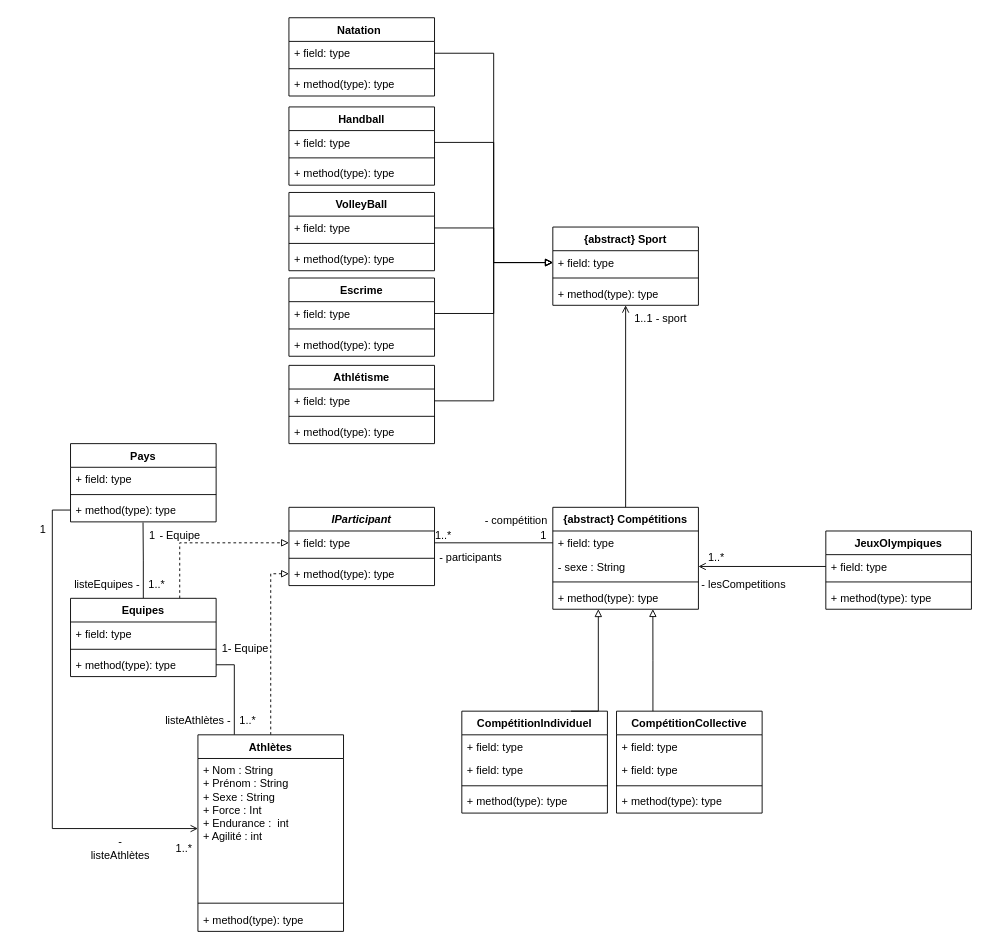
Above: Diagramme sans nom.drawio in alexisnisol/JeuxOlympiques (draw.io), before the change. Source tidied: cells renumbered, new cells numbered last; positions are measured from the earlier drawing's top-left corner, leaving out a move shared by most shapes. Both pictures are drawn from the tidied source at 91%, with x=0, y=0 at pixel (15, 17).
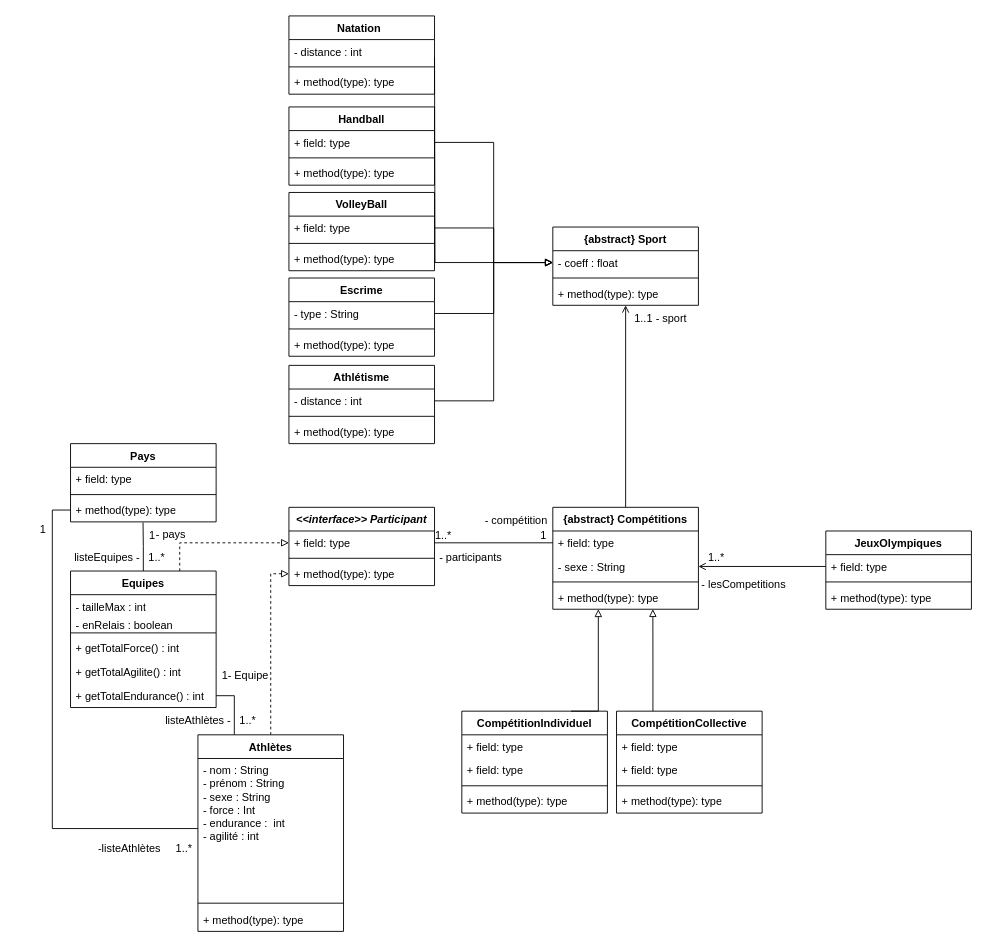
The same diagram, later.

Commit message:
Mettre à jour Diagramme sans nom.drawio

Unchanged cells that the change refers to:
```xml
<mxCell id="3" value="{abstract} Sport" style="swimlane;fontStyle=1;align=center;verticalAlign=top;horizontal=1;startSize=26;whiteSpace=wrap;html=1;" parent="1" vertex="1">
  <mxGeometry x="590" y="230" width="160" height="86" as="geometry" />
</mxCell>
<mxCell id="10" value="+ method(type): type" style="text;strokeColor=none;fillColor=none;align=left;verticalAlign=top;spacingLeft=4;spacingRight=4;overflow=hidden;points=[[0,0.5],[1,0.5]];portConstraint=eastwest;whiteSpace=wrap;html=1;" parent="7" vertex="1">
  <mxGeometry y="60" width="160" height="26" as="geometry" />
</mxCell>
<mxCell id="15" value="Athlètes" style="swimlane;fontStyle=1;align=center;verticalAlign=top;horizontal=1;startSize=26;whiteSpace=wrap;html=1;" parent="1" vertex="1">
  <mxGeometry x="200" y="788" width="160" height="216" as="geometry" />
</mxCell>
<mxCell id="37" value="Escrime" style="swimlane;fontStyle=1;align=center;verticalAlign=top;horizontal=1;startSize=26;whiteSpace=wrap;html=1;" parent="1" vertex="1">
  <mxGeometry x="300" y="286" width="160" height="86" as="geometry" />
</mxCell>
<mxCell id="45" value="Athlétisme" style="swimlane;fontStyle=1;align=center;verticalAlign=top;horizontal=1;startSize=26;whiteSpace=wrap;html=1;" parent="1" vertex="1">
  <mxGeometry x="300" y="382" width="160" height="86" as="geometry" />
</mxCell>
```

The edit, as a diff of the source:
```diff
@@
-    <mxCell id="4" value="+ field: type" style="text;strokeColor=none;fillColor=none;align=left;verticalAlign=top;spacingLeft=4;spacingRight=4;overflow=hidden;points=[[0,0.5],[1,0.5]];portConstraint=eastwest;whiteSpace=wrap;html=1;" parent="3" vertex="1">
+    <mxCell id="4" value="- coeff : float" style="text;strokeColor=none;fillColor=none;align=left;verticalAlign=top;spacingLeft=4;spacingRight=4;overflow=hidden;points=[[0,0.5],[1,0.5]];portConstraint=eastwest;whiteSpace=wrap;html=1;" parent="3" vertex="1">
       <mxGeometry y="26" width="160" height="26" as="geometry" />
     </mxCell>
@@
-    <mxCell id="13" style="edgeStyle=orthogonalEdgeStyle;rounded=0;jettySize=auto;html=1;entryX=0;entryY=0.5;entryDx=0;entryDy=0;exitX=0;exitY=0.5;exitDx=0;exitDy=0;endArrow=none;endFill=0;startArrow=open;startFill=0;" parent="1" edge="1" source="16" target="10">
+    <mxCell id="13" style="edgeStyle=orthogonalEdgeStyle;rounded=0;jettySize=auto;html=1;entryX=0;entryY=0.5;entryDx=0;entryDy=0;exitX=0;exitY=0.5;exitDx=0;exitDy=0;endArrow=none;endFill=0;startArrow=none;startFill=0;" parent="1" edge="1" source="16" target="10">
       <mxGeometry relative="1" as="geometry" />
     </mxCell>
@@
-    <mxCell id="16" value="+ Nom : String&lt;div&gt;+ Prénom : String&lt;br&gt;+ Sexe : String&lt;br&gt;&lt;/div&gt;&lt;div&gt;+ Force : Int&lt;/div&gt;&lt;div&gt;+ Endurance :&amp;nbsp; int &lt;br&gt;&lt;/div&gt;&lt;div&gt;+ Agilité : int&lt;/div&gt;&lt;div&gt;&lt;br&gt;&lt;/div&gt;" style="text;strokeColor=none;fillColor=none;align=left;verticalAlign=top;spacingLeft=4;spacingRight=4;overflow=hidden;points=[[0,0.5],[1,0.5]];portConstraint=eastwest;whiteSpace=wrap;html=1;" parent="15" vertex="1">
+    <mxCell id="16" value="- nom : String&lt;div&gt;- prénom : String&lt;br&gt;- sexe : String&lt;br&gt;&lt;/div&gt;&lt;div&gt;- force : Int&lt;/div&gt;&lt;div&gt;- endurance :&amp;nbsp; int &lt;br&gt;&lt;/div&gt;&lt;div&gt;- agilité : int&lt;/div&gt;&lt;div&gt;&lt;br&gt;&lt;/div&gt;" style="text;strokeColor=none;fillColor=none;align=left;verticalAlign=top;spacingLeft=4;spacingRight=4;overflow=hidden;points=[[0,0.5],[1,0.5]];portConstraint=eastwest;whiteSpace=wrap;html=1;" parent="15" vertex="1">
       <mxGeometry y="26" width="160" height="154" as="geometry" />
     </mxCell>
@@
     <mxCell id="20" value="Equipes" style="swimlane;fontStyle=1;align=center;verticalAlign=top;horizontal=1;startSize=26;whiteSpace=wrap;html=1;" parent="1" vertex="1">
-      <mxGeometry x="60" y="638" width="160" height="86" as="geometry" />
+      <mxGeometry x="60" y="608" width="160" height="150" as="geometry" />
     </mxCell>
+    <mxCell id="95" value="- tailleMax : int" style="text;strokeColor=none;fillColor=none;align=left;verticalAlign=top;spacingLeft=4;spacingRight=4;overflow=hidden;whiteSpace=wrap;html=1;" parent="20" vertex="1">
+      <mxGeometry y="26" width="160" height="20" as="geometry" />
+    </mxCell>
-    <mxCell id="21" value="+ field: type" style="text;strokeColor=none;fillColor=none;align=left;verticalAlign=top;spacingLeft=4;spacingRight=4;overflow=hidden;whiteSpace=wrap;html=1;" parent="20" vertex="1">
-      <mxGeometry y="26" width="160" height="26" as="geometry" />
+    <mxCell id="21" value="- enRelais : boolean" style="text;strokeColor=none;fillColor=none;align=left;verticalAlign=top;spacingLeft=4;spacingRight=4;overflow=hidden;whiteSpace=wrap;html=1;" parent="20" vertex="1">
+      <mxGeometry y="46" width="160" height="18" as="geometry" />
     </mxCell>
     <mxCell id="22" style="line;strokeWidth=1;fillColor=none;align=left;verticalAlign=middle;spacingTop=-1;spacingLeft=3;spacingRight=3;labelPosition=right;strokeColor=inherit;" parent="20" vertex="1">
-      <mxGeometry y="52" width="160" height="8" as="geometry" />
+      <mxGeometry y="64" width="160" height="8" as="geometry" />
     </mxCell>
+    <mxCell id="96" value="+ getTotalForce() : int" style="text;strokeColor=none;fillColor=none;align=left;verticalAlign=top;spacingLeft=4;spacingRight=4;overflow=hidden;whiteSpace=wrap;html=1;" parent="20" vertex="1">
+      <mxGeometry y="72" width="160" height="26" as="geometry" />
+    </mxCell>
+    <mxCell id="97" value="+ getTotalAgilite() : int" style="text;strokeColor=none;fillColor=none;align=left;verticalAlign=top;spacingLeft=4;spacingRight=4;overflow=hidden;whiteSpace=wrap;html=1;" parent="20" vertex="1">
+      <mxGeometry y="98" width="160" height="26" as="geometry" />
+    </mxCell>
-    <mxCell id="23" value="+ method(type): type" style="text;strokeColor=none;fillColor=none;align=left;verticalAlign=top;spacingLeft=4;spacingRight=4;overflow=hidden;points=[[0,0.5],[1,0.5]];portConstraint=eastwest;whiteSpace=wrap;html=1;" parent="20" vertex="1">
-      <mxGeometry y="60" width="160" height="26" as="geometry" />
+    <mxCell id="23" value="+ getTotalEndurance() : int" style="text;strokeColor=none;fillColor=none;align=left;verticalAlign=top;spacingLeft=4;spacingRight=4;overflow=hidden;points=[[0,0.5],[1,0.5]];portConstraint=eastwest;whiteSpace=wrap;html=1;" parent="20" vertex="1">
+      <mxGeometry y="124" width="160" height="26" as="geometry" />
     </mxCell>
     <mxCell id="24" value="1..*" style="text;html=1;align=center;verticalAlign=middle;whiteSpace=wrap;rounded=0;" parent="1" vertex="1">
-      <mxGeometry x="145" y="608" width="20" height="30" as="geometry" />
+      <mxGeometry x="145" y="578" width="20" height="30" as="geometry" />
     </mxCell>
@@
     <mxCell id="27" value="1" style="text;html=1;align=center;verticalAlign=middle;whiteSpace=wrap;rounded=0;" parent="1" vertex="1">
-      <mxGeometry x="200" y="678" width="60" height="30" as="geometry" />
+      <mxGeometry x="200" y="708" width="60" height="30" as="geometry" />
     </mxCell>
@@
-    <mxCell id="38" value="+ field: type" style="text;strokeColor=none;fillColor=none;align=left;verticalAlign=top;spacingLeft=4;spacingRight=4;overflow=hidden;points=[[0,0.5],[1,0.5]];portConstraint=eastwest;whiteSpace=wrap;html=1;" parent="37" vertex="1">
+    <mxCell id="38" value="- type : String" style="text;strokeColor=none;fillColor=none;align=left;verticalAlign=top;spacingLeft=4;spacingRight=4;overflow=hidden;points=[[0,0.5],[1,0.5]];portConstraint=eastwest;whiteSpace=wrap;html=1;" parent="37" vertex="1">
       <mxGeometry y="26" width="160" height="26" as="geometry" />
     </mxCell>
@@
     <mxCell id="41" value="Natation&lt;span style=&quot;white-space: pre;&quot;&gt;&#9;&lt;/span&gt;" style="swimlane;fontStyle=1;align=center;verticalAlign=top;horizontal=1;startSize=26;whiteSpace=wrap;html=1;" parent="1" vertex="1">
-      <mxGeometry x="300" width="160" height="86" as="geometry" />
+      <mxGeometry x="300" y="-2" width="160" height="86" as="geometry" />
     </mxCell>
-    <mxCell id="42" value="+ field: type" style="text;strokeColor=none;fillColor=none;align=left;verticalAlign=top;spacingLeft=4;spacingRight=4;overflow=hidden;points=[[0,0.5],[1,0.5]];portConstraint=eastwest;whiteSpace=wrap;html=1;" parent="41" vertex="1">
-      <mxGeometry y="26" width="160" height="26" as="geometry" />
-    </mxCell>
+    <mxCell id="98" value="- distance : int" style="text;strokeColor=none;fillColor=none;align=left;verticalAlign=top;spacingLeft=4;spacingRight=4;overflow=hidden;whiteSpace=wrap;html=1;" parent="41" vertex="1">
+      <mxGeometry y="26" width="160" height="26" as="geometry" />
+    </mxCell>
@@
-    <mxCell id="46" value="+ field: type" style="text;strokeColor=none;fillColor=none;align=left;verticalAlign=top;spacingLeft=4;spacingRight=4;overflow=hidden;points=[[0,0.5],[1,0.5]];portConstraint=eastwest;whiteSpace=wrap;html=1;" parent="45" vertex="1">
+    <mxCell id="46" value="- distance : int" style="text;strokeColor=none;fillColor=none;align=left;verticalAlign=top;spacingLeft=4;spacingRight=4;overflow=hidden;points=[[0,0.5],[1,0.5]];portConstraint=eastwest;whiteSpace=wrap;html=1;" parent="45" vertex="1">
       <mxGeometry y="26" width="160" height="26" as="geometry" />
     </mxCell>
@@
-    <mxCell id="65" value="&lt;i&gt;IParticipant&lt;/i&gt;" style="swimlane;fontStyle=1;align=center;verticalAlign=top;horizontal=1;startSize=26;whiteSpace=wrap;html=1;" parent="1" vertex="1">
+    <mxCell id="65" value="&lt;i&gt;&amp;lt;&amp;lt;interface&amp;gt;&amp;gt; Participant&lt;/i&gt;" style="swimlane;fontStyle=1;align=center;verticalAlign=top;horizontal=1;startSize=26;whiteSpace=wrap;html=1;" parent="1" vertex="1">
       <mxGeometry x="300" y="538" width="160" height="86" as="geometry" />
     </mxCell>
@@
     <mxCell id="77" value="-listeAthlètes" style="text;html=1;align=center;verticalAlign=middle;whiteSpace=wrap;rounded=0;" parent="1" vertex="1">
-      <mxGeometry x="80" y="898" width="70" height="30" as="geometry" />
+      <mxGeometry x="85" y="898" width="80" height="30" as="geometry" />
     </mxCell>
-    <mxCell id="78" value="- Equipe" style="text;html=1;align=center;verticalAlign=middle;strokeColor=none;fillColor=none;" parent="1" vertex="1">
-      <mxGeometry x="145" y="554" width="70" height="30" as="geometry" />
+    <mxCell id="78" value="- pays" style="text;html=1;align=center;verticalAlign=middle;strokeColor=none;fillColor=none;" parent="1" vertex="1">
+      <mxGeometry x="140" y="552.5" width="60" height="30" as="geometry" />
     </mxCell>
     <mxCell id="79" value="listeEquipes -" style="text;html=1;align=center;verticalAlign=middle;strokeColor=none;fillColor=none;" parent="1" vertex="1">
-      <mxGeometry x="50" y="608" width="100" height="30" as="geometry" />
+      <mxGeometry x="50" y="578" width="100" height="30" as="geometry" />
     </mxCell>
     <mxCell id="80" value="- Equipe" style="text;html=1;align=center;verticalAlign=middle;strokeColor=none;fillColor=none;" parent="1" vertex="1">
-      <mxGeometry x="220" y="678" width="70" height="30" as="geometry" />
+      <mxGeometry x="220" y="708" width="70" height="30" as="geometry" />
     </mxCell>
@@
-    <mxCell id="89" style="edgeStyle=orthogonalEdgeStyle;rounded=0;jettySize=auto;html=1;exitX=1;exitY=0.5;exitDx=0;exitDy=0;entryX=0;entryY=0.5;entryDx=0;entryDy=0;endArrow=block;endFill=0;" parent="1" edge="1" source="42" target="4">
-      <mxGeometry relative="1" as="geometry" />
+    <mxCell id="89" style="edgeStyle=orthogonalEdgeStyle;rounded=0;jettySize=auto;html=1;exitX=1;exitY=0.5;exitDx=0;exitDy=0;entryX=0;entryY=0.5;entryDx=0;entryDy=0;endArrow=block;endFill=0;" parent="1" edge="1" target="4">
+      <mxGeometry relative="1" as="geometry">
+        <mxPoint x="460" y="43" as="sourcePoint" />
+      </mxGeometry>
     </mxCell>
```
